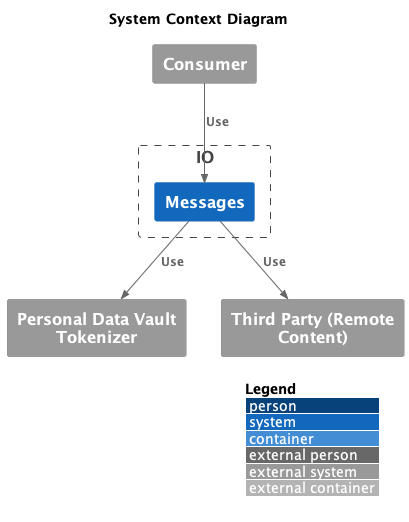
Before: docs/data-plan/data-plan-system-context.png, a diagram exported from PlantUML (pagopa/io-messages).
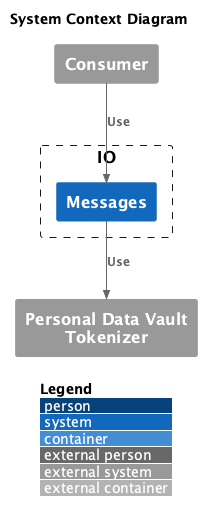
Later version of the same file.

The edit, as a diff of the source:
```diff
@@ -13,10 +13,8 @@
 }
 
 System_Ext(pdv, "Personal Data Vault Tokenizer")
-System_Ext(tp, "Third Party (Remote Content)")
 
 Rel(consumer, io_msgs, "Use")
 Rel(io_msgs, pdv, "Use")
-Rel(io_msgs, tp, "Use")
 
 @enduml
```
